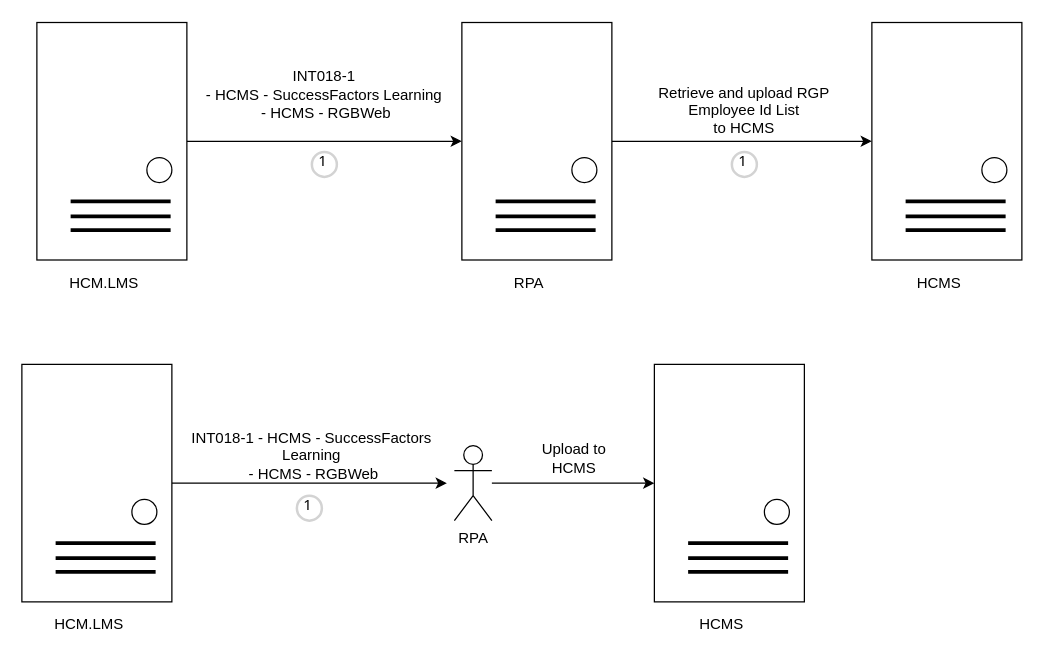
The draw.io diagram page "HCMS" (3 of 9) of Untitled Diagram.drawio in wsxad234/flowchart, before the edit. Source tidied: cells renumbered, new cells numbered last; positions are measured from the earlier drawing's top-left corner, leaving out a move shared by most shapes. Both pictures are drawn from the tidied source at 125%, with x=0, y=0 at pixel (21, 21).
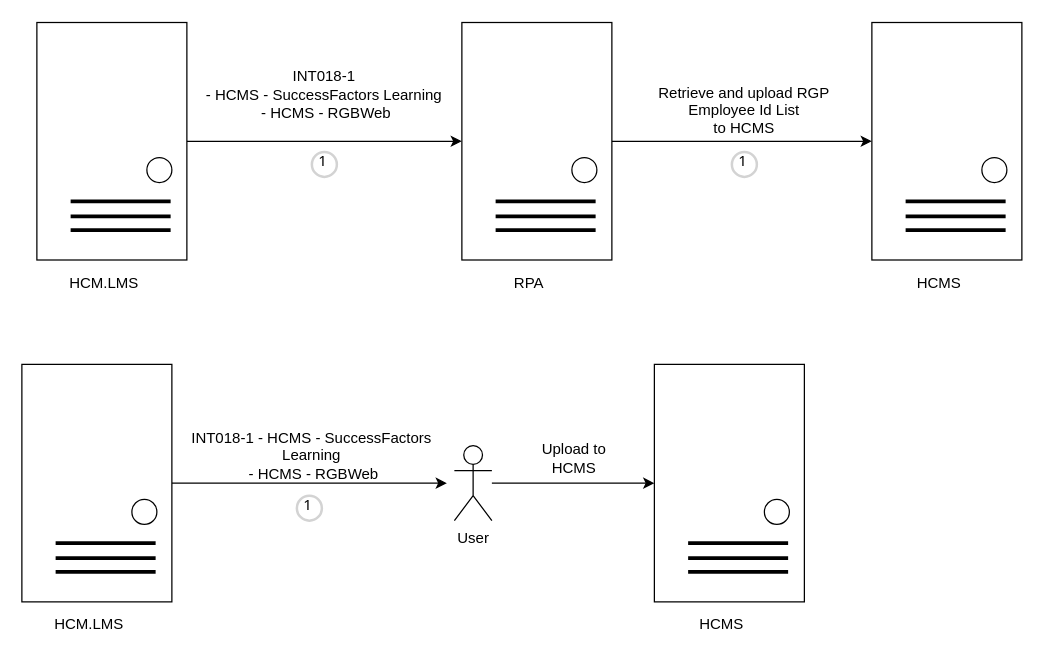
After the change.

What changed in the source:
```diff
@@
-    <mxCell id="41" value="RPA" style="shape=umlActor;verticalLabelPosition=bottom;verticalAlign=top;html=1;outlineConnect=0;" parent="1" vertex="1">
+    <mxCell id="41" value="User" style="shape=umlActor;verticalLabelPosition=bottom;verticalAlign=top;html=1;outlineConnect=0;" parent="1" vertex="1">
       <mxGeometry x="346" y="339" width="30" height="60" as="geometry" />
     </mxCell>
```
